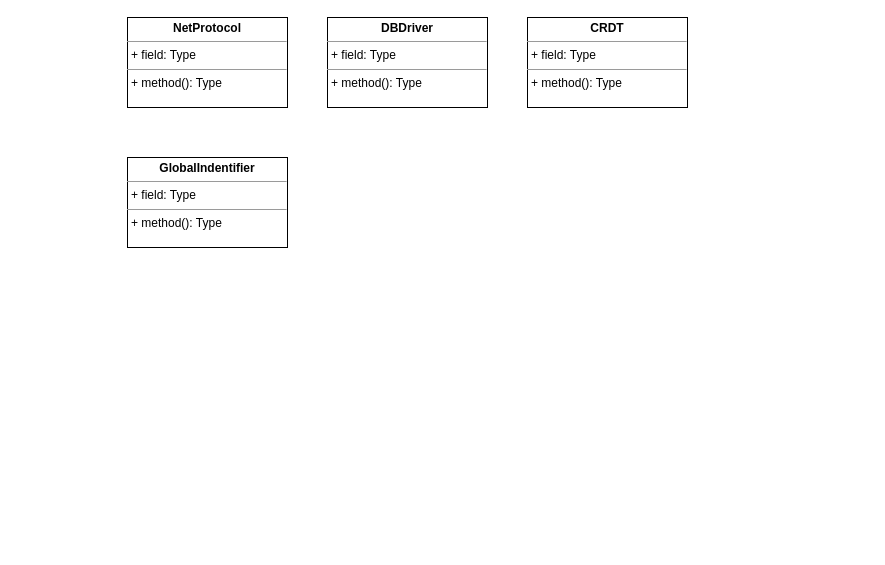
The draw.io diagram Untitled Diagram.drawio in anphetamina/CoText, before the edit. Source tidied: cells renumbered, new cells numbered last; positions are measured from the earlier drawing's top-left corner, leaving out a move shared by most shapes. Both pictures are drawn from the tidied source at 100%, with x=0, y=0 at pixel (127, 17).
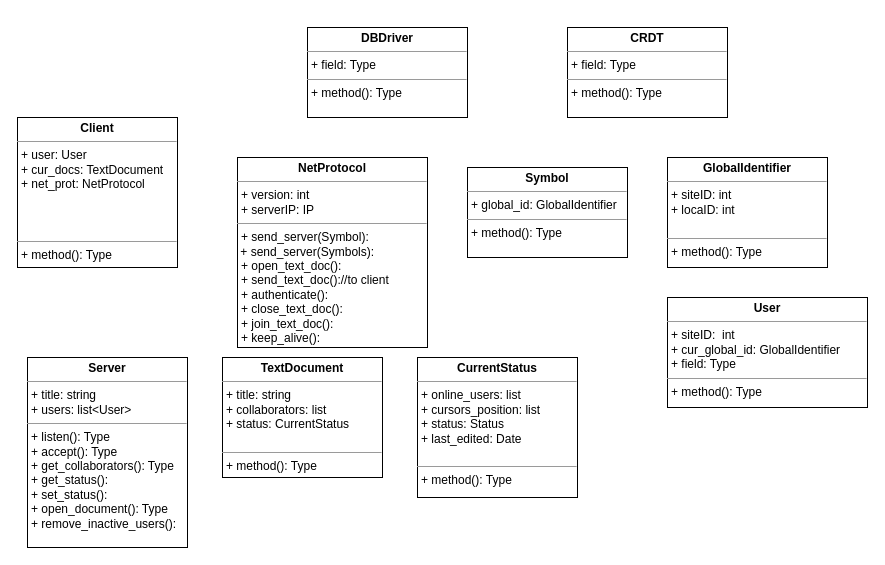
The same diagram, later.

Diff of the diagram source:
```diff
@@
 <mxGraphModel background="#ffffff">
   <root>
     <mxCell id="0" />
     <mxCell id="1" parent="0" />
     <mxCell id="2" value="&lt;p style=&quot;margin: 0px ; margin-top: 4px ; text-align: center&quot;&gt;&lt;b&gt;DBDriver&lt;/b&gt;&lt;/p&gt;&lt;hr size=&quot;1&quot;&gt;&lt;p style=&quot;margin: 0px ; margin-left: 4px&quot;&gt;+ field: Type&lt;/p&gt;&lt;hr size=&quot;1&quot;&gt;&lt;p style=&quot;margin: 0px ; margin-left: 4px&quot;&gt;+ method(): Type&lt;/p&gt;" style="verticalAlign=top;align=left;overflow=fill;fontSize=12;fontFamily=Helvetica;html=1;" parent="1" vertex="1">
-      <mxGeometry x="200" width="160" height="90" as="geometry" />
+      <mxGeometry x="180" y="10" width="160" height="90" as="geometry" />
     </mxCell>
-    <mxCell id="3" value="&lt;p style=&quot;margin: 0px ; margin-top: 4px ; text-align: center&quot;&gt;&lt;b&gt;NetProtocol&lt;/b&gt;&lt;/p&gt;&lt;hr size=&quot;1&quot;&gt;&lt;p style=&quot;margin: 0px ; margin-left: 4px&quot;&gt;+ field: Type&lt;/p&gt;&lt;hr size=&quot;1&quot;&gt;&lt;p style=&quot;margin: 0px ; margin-left: 4px&quot;&gt;+ method(): Type&lt;/p&gt;" style="verticalAlign=top;align=left;overflow=fill;fontSize=12;fontFamily=Helvetica;html=1;" parent="1" vertex="1">
-      <mxGeometry width="160" height="90" as="geometry" />
+    <mxCell id="3" value="&lt;p style=&quot;margin: 0px ; margin-top: 4px ; text-align: center&quot;&gt;&lt;b&gt;NetProtocol&lt;/b&gt;&lt;/p&gt;&lt;hr size=&quot;1&quot;&gt;&lt;p style=&quot;margin: 0px ; margin-left: 4px&quot;&gt;+ version: int&lt;/p&gt;&lt;p style=&quot;margin: 0px ; margin-left: 4px&quot;&gt;+ serverIP: IP&lt;/p&gt;&lt;hr size=&quot;1&quot;&gt;&lt;p style=&quot;margin: 0px ; margin-left: 4px&quot;&gt;+ send_server(Symbol):&lt;/p&gt;&amp;nbsp;+ send_server(Symbols):&lt;br&gt;&lt;p style=&quot;margin: 0px ; margin-left: 4px&quot;&gt;+ open_text_doc():&lt;/p&gt;&lt;p style=&quot;margin: 0px 0px 0px 4px&quot;&gt;+ send_text_doc()://to client&lt;/p&gt;&lt;p style=&quot;margin: 0px ; margin-left: 4px&quot;&gt;+ authenticate():&lt;/p&gt;&lt;p style=&quot;margin: 0px ; margin-left: 4px&quot;&gt;+ close_text_doc():&lt;/p&gt;&lt;p style=&quot;margin: 0px ; margin-left: 4px&quot;&gt;+ join_text_doc():&lt;/p&gt;&lt;p style=&quot;margin: 0px ; margin-left: 4px&quot;&gt;+ keep_alive():&lt;/p&gt;&lt;p style=&quot;margin: 0px ; margin-left: 4px&quot;&gt;&lt;br&gt;&lt;/p&gt;" style="verticalAlign=top;align=left;overflow=fill;fontSize=12;fontFamily=Helvetica;html=1;" parent="1" vertex="1">
+      <mxGeometry x="110" y="140" width="190" height="190" as="geometry" />
     </mxCell>
     <mxCell id="4" value="&lt;p style=&quot;margin: 0px ; margin-top: 4px ; text-align: center&quot;&gt;&lt;b&gt;CRDT&lt;/b&gt;&lt;/p&gt;&lt;hr size=&quot;1&quot;&gt;&lt;p style=&quot;margin: 0px ; margin-left: 4px&quot;&gt;+ field: Type&lt;/p&gt;&lt;hr size=&quot;1&quot;&gt;&lt;p style=&quot;margin: 0px ; margin-left: 4px&quot;&gt;+ method(): Type&lt;/p&gt;" style="verticalAlign=top;align=left;overflow=fill;fontSize=12;fontFamily=Helvetica;html=1;" parent="1" vertex="1">
-      <mxGeometry x="400" width="160" height="90" as="geometry" />
+      <mxGeometry x="440" y="10" width="160" height="90" as="geometry" />
     </mxCell>
-    <mxCell id="5" value="&lt;p style=&quot;margin: 0px ; margin-top: 4px ; text-align: center&quot;&gt;&lt;b&gt;GlobalIndentifier&lt;/b&gt;&lt;/p&gt;&lt;hr size=&quot;1&quot;&gt;&lt;p style=&quot;margin: 0px ; margin-left: 4px&quot;&gt;+ field: Type&lt;/p&gt;&lt;hr size=&quot;1&quot;&gt;&lt;p style=&quot;margin: 0px ; margin-left: 4px&quot;&gt;+ method(): Type&lt;/p&gt;" style="verticalAlign=top;align=left;overflow=fill;fontSize=12;fontFamily=Helvetica;html=1;" parent="1" vertex="1">
-      <mxGeometry y="140" width="160" height="90" as="geometry" />
+    <mxCell id="5" value="&lt;p style=&quot;margin: 0px ; margin-top: 4px ; text-align: center&quot;&gt;&lt;b&gt;GlobalIdentifier&lt;/b&gt;&lt;/p&gt;&lt;hr size=&quot;1&quot;&gt;&lt;p style=&quot;margin: 0px ; margin-left: 4px&quot;&gt;+ siteID: int&lt;/p&gt;&lt;p style=&quot;margin: 0px 0px 0px 4px&quot;&gt;+ locaID: int&lt;/p&gt;&lt;div&gt;&lt;br&gt;&lt;/div&gt;&lt;hr size=&quot;1&quot;&gt;&lt;p style=&quot;margin: 0px ; margin-left: 4px&quot;&gt;+ method(): Type&lt;/p&gt;" style="verticalAlign=top;align=left;overflow=fill;fontSize=12;fontFamily=Helvetica;html=1;" parent="1" vertex="1">
+      <mxGeometry x="540" y="140" width="160" height="110" as="geometry" />
     </mxCell>
+    <mxCell id="6" value="&lt;p style=&quot;margin: 0px ; margin-top: 4px ; text-align: center&quot;&gt;&lt;b&gt;Symbol&lt;/b&gt;&lt;/p&gt;&lt;hr size=&quot;1&quot;&gt;&lt;p style=&quot;margin: 0px ; margin-left: 4px&quot;&gt;+ global_id: GlobalIdentifier&lt;/p&gt;&lt;span style=&quot;text-align: center&quot;&gt;&lt;div style=&quot;text-align: left&quot;&gt;&lt;/div&gt;&lt;/span&gt;&lt;hr size=&quot;1&quot;&gt;&lt;p style=&quot;margin: 0px ; margin-left: 4px&quot;&gt;+ method(): Type&lt;/p&gt;" style="verticalAlign=top;align=left;overflow=fill;fontSize=12;fontFamily=Helvetica;html=1;" parent="1" vertex="1">
+      <mxGeometry x="340" y="150" width="160" height="90" as="geometry" />
+    </mxCell>
+    <mxCell id="7" value="&lt;p style=&quot;margin: 0px ; margin-top: 4px ; text-align: center&quot;&gt;&lt;b&gt;TextDocument&lt;/b&gt;&lt;/p&gt;&lt;hr size=&quot;1&quot;&gt;&lt;p style=&quot;margin: 0px ; margin-left: 4px&quot;&gt;+ title: string&lt;/p&gt;&lt;p style=&quot;margin: 0px ; margin-left: 4px&quot;&gt;+ collaborators: list&lt;/p&gt;&lt;p style=&quot;margin: 0px ; margin-left: 4px&quot;&gt;+ status: CurrentStatus&lt;/p&gt;&lt;p style=&quot;margin: 0px ; margin-left: 4px&quot;&gt;&lt;br&gt;&lt;/p&gt;&lt;hr size=&quot;1&quot;&gt;&lt;p style=&quot;margin: 0px ; margin-left: 4px&quot;&gt;+ method(): Type&lt;/p&gt;" style="verticalAlign=top;align=left;overflow=fill;fontSize=12;fontFamily=Helvetica;html=1;" parent="1" vertex="1">
+      <mxGeometry x="95" y="340" width="160" height="120" as="geometry" />
+    </mxCell>
+    <mxCell id="8" value="&lt;p style=&quot;margin: 0px ; margin-top: 4px ; text-align: center&quot;&gt;&lt;b&gt;User&lt;/b&gt;&lt;/p&gt;&lt;hr size=&quot;1&quot;&gt;&lt;p style=&quot;margin: 0px ; margin-left: 4px&quot;&gt;+ siteID: &amp;nbsp;int&lt;/p&gt;&lt;p style=&quot;margin: 0px ; margin-left: 4px&quot;&gt;+ cur_global_id: GlobalIdentifier&lt;/p&gt;&lt;p style=&quot;margin: 0px ; margin-left: 4px&quot;&gt;+ field: Type&lt;/p&gt;&lt;hr size=&quot;1&quot;&gt;&lt;p style=&quot;margin: 0px ; margin-left: 4px&quot;&gt;+ method(): Type&lt;/p&gt;" style="verticalAlign=top;align=left;overflow=fill;fontSize=12;fontFamily=Helvetica;html=1;" parent="1" vertex="1">
+      <mxGeometry x="540" y="280" width="200" height="110" as="geometry" />
+    </mxCell>
+    <mxCell id="9" value="&lt;p style=&quot;margin: 0px ; margin-top: 4px ; text-align: center&quot;&gt;&lt;b&gt;CurrentStatus&lt;/b&gt;&lt;/p&gt;&lt;hr size=&quot;1&quot;&gt;&lt;p style=&quot;margin: 0px ; margin-left: 4px&quot;&gt;+ online_users: list&lt;/p&gt;&lt;p style=&quot;margin: 0px ; margin-left: 4px&quot;&gt;+ cursors_position: list&lt;/p&gt;&lt;p style=&quot;margin: 0px ; margin-left: 4px&quot;&gt;+ status: Status&lt;/p&gt;&lt;p style=&quot;margin: 0px ; margin-left: 4px&quot;&gt;+ last_edited: Date&amp;nbsp;&lt;/p&gt;&lt;p style=&quot;margin: 0px ; margin-left: 4px&quot;&gt;&lt;br&gt;&lt;/p&gt;&lt;hr size=&quot;1&quot;&gt;&lt;p style=&quot;margin: 0px ; margin-left: 4px&quot;&gt;+ method(): Type&lt;/p&gt;" style="verticalAlign=top;align=left;overflow=fill;fontSize=12;fontFamily=Helvetica;html=1;" parent="1" vertex="1">
+      <mxGeometry x="290" y="340" width="160" height="140" as="geometry" />
+    </mxCell>
+    <mxCell id="10" value="&lt;p style=&quot;margin: 0px ; margin-top: 4px ; text-align: center&quot;&gt;&lt;b&gt;Server&lt;/b&gt;&lt;/p&gt;&lt;hr size=&quot;1&quot;&gt;&lt;p style=&quot;margin: 0px ; margin-left: 4px&quot;&gt;+ title: string&lt;/p&gt;&lt;p style=&quot;margin: 0px ; margin-left: 4px&quot;&gt;+ users: list&amp;lt;User&amp;gt;&lt;/p&gt;&lt;hr size=&quot;1&quot;&gt;&lt;p style=&quot;margin: 0px ; margin-left: 4px&quot;&gt;+ listen(): Type&lt;/p&gt;&lt;p style=&quot;margin: 0px ; margin-left: 4px&quot;&gt;+ accept(): Type&lt;/p&gt;&lt;p style=&quot;margin: 0px ; margin-left: 4px&quot;&gt;+ get_collaborators(): Type&lt;/p&gt;&lt;p style=&quot;margin: 0px ; margin-left: 4px&quot;&gt;+ get_status():&lt;/p&gt;&lt;p style=&quot;margin: 0px 0px 0px 4px&quot;&gt;+ set_status():&lt;/p&gt;&lt;p style=&quot;margin: 0px ; margin-left: 4px&quot;&gt;+ open_document(): Type&lt;/p&gt;&lt;p style=&quot;margin: 0px ; margin-left: 4px&quot;&gt;+ remove_inactive_users():&lt;/p&gt;&lt;p style=&quot;margin: 0px ; margin-left: 4px&quot;&gt;&lt;br&gt;&lt;/p&gt;" style="verticalAlign=top;align=left;overflow=fill;fontSize=12;fontFamily=Helvetica;html=1;" parent="1" vertex="1">
+      <mxGeometry x="-100" y="340" width="160" height="190" as="geometry" />
+    </mxCell>
+    <mxCell id="11" value="&lt;p style=&quot;margin: 0px ; margin-top: 4px ; text-align: center&quot;&gt;&lt;b&gt;Client&lt;/b&gt;&lt;/p&gt;&lt;hr size=&quot;1&quot;&gt;&lt;p style=&quot;margin: 0px ; margin-left: 4px&quot;&gt;+ user: User&lt;/p&gt;&lt;p style=&quot;margin: 0px ; margin-left: 4px&quot;&gt;+ cur_docs: TextDocument&lt;/p&gt;&lt;p style=&quot;margin: 0px ; margin-left: 4px&quot;&gt;+ net_prot: NetProtocol&lt;/p&gt;&lt;p style=&quot;margin: 0px ; margin-left: 4px&quot;&gt;&lt;br&gt;&lt;/p&gt;&lt;p style=&quot;margin: 0px ; margin-left: 4px&quot;&gt;&lt;br&gt;&lt;/p&gt;&lt;p style=&quot;margin: 0px ; margin-left: 4px&quot;&gt;&lt;br&gt;&lt;/p&gt;&lt;hr size=&quot;1&quot;&gt;&lt;p style=&quot;margin: 0px ; margin-left: 4px&quot;&gt;+ method(): Type&lt;/p&gt;" style="verticalAlign=top;align=left;overflow=fill;fontSize=12;fontFamily=Helvetica;html=1;" parent="1" vertex="1">
+      <mxGeometry x="-110" y="100" width="160" height="150" as="geometry" />
+    </mxCell>
   </root>
 </mxGraphModel>
```
